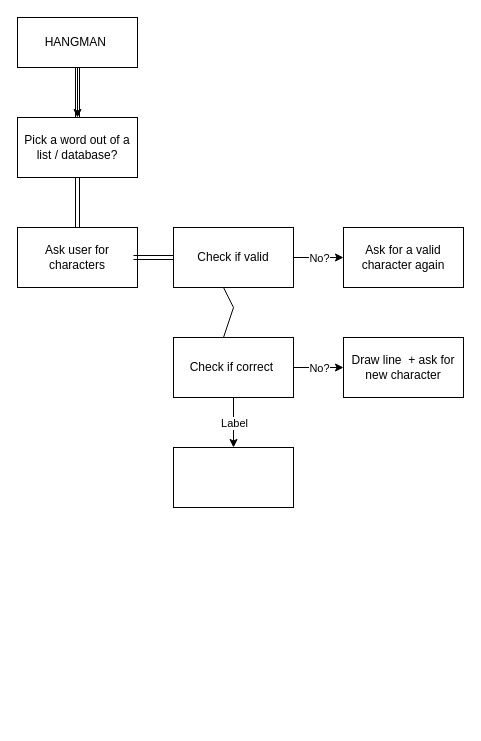
The draw.io diagram Untitled Diagram.drawio in AtoMTigerr/sql-portfolio, before the edit. Source tidied: cells renumbered, new cells numbered last; positions are measured from the earlier drawing's top-left corner, leaving out a move shared by most shapes. Both pictures are drawn from the tidied source at 100%, with x=0, y=0 at pixel (17, 17).
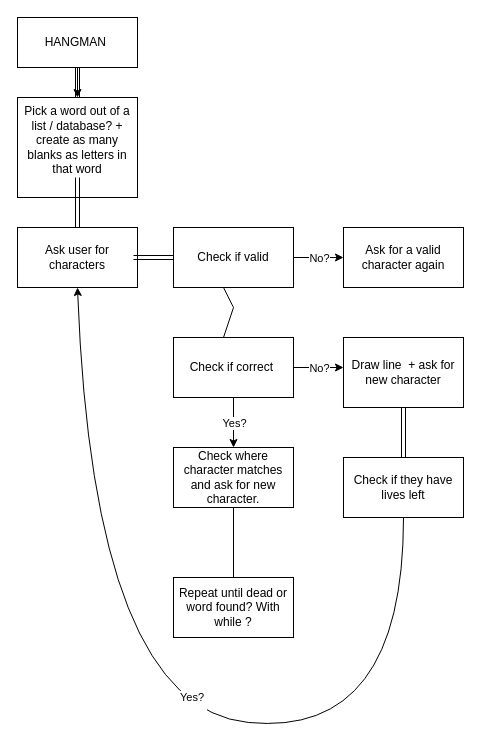
The same diagram, later.

The change refers to these unchanged cells:
```xml
<mxCell id="6" value="Ask user for characters" style="rounded=0;whiteSpace=wrap;html=1;" parent="1" vertex="1">
  <mxGeometry y="210" width="120" height="60" as="geometry" />
</mxCell>
<mxCell id="19" style="endArrow=classic;html=1;rounded=0;" parent="1" edge="1" source="14">
  <mxGeometry relative="1" as="geometry">
    <mxPoint x="216" y="430" as="targetPoint" />
  </mxGeometry>
</mxCell>
```

The edit, as a diff of the source:
```diff
@@
-    <mxCell id="4" value="Pick a word out of a list / database?" style="rounded=0;whiteSpace=wrap;html=1;" parent="1" vertex="1">
-      <mxGeometry y="100" width="120" height="60" as="geometry" />
+    <mxCell id="4" value="Pick a word out of a list / database? + create as many blanks as letters in that word&lt;div&gt;&lt;br&gt;&lt;/div&gt;" style="rounded=0;whiteSpace=wrap;html=1;" parent="1" vertex="1">
+      <mxGeometry y="80" width="120" height="100" as="geometry" />
     </mxCell>
@@
     <mxCell id="15" value="Draw line &amp;nbsp;+ ask for new character" style="rounded=0;whiteSpace=wrap;html=1;" parent="1" vertex="1">
-      <mxGeometry x="326" y="320" width="120" height="60" as="geometry" />
+      <mxGeometry x="326" y="320" width="120" height="70" as="geometry" />
     </mxCell>
@@
-    <mxCell id="18" style="rounded=0;whiteSpace=wrap;html=1;" parent="1" vertex="1">
+    <mxCell id="18" value="Check where character matches and ask for new character." style="rounded=0;whiteSpace=wrap;html=1;" parent="1" vertex="1">
       <mxGeometry x="156" y="430" width="120" height="60" as="geometry" />
     </mxCell>
@@
-    <mxCell id="20" value="Label" style="edgeLabel;html=1;align=center;verticalAlign=middle;" parent="19" vertex="1">
+    <mxCell id="20" value="Yes?" style="edgeLabel;html=1;align=center;verticalAlign=middle;" parent="19" vertex="1">
       <mxGeometry relative="1" as="geometry" />
     </mxCell>
+    <mxCell id="21" style="endArrow=none;html=1;rounded=0;" parent="1" edge="1" source="18">
+      <mxGeometry relative="1" as="geometry">
+        <mxPoint x="216" y="560.7" as="targetPoint" />
+      </mxGeometry>
+    </mxCell>
+    <mxCell id="22" value="Repeat until dead or word found? With while ?" style="rounded=0;whiteSpace=wrap;html=1;" parent="1" vertex="1">
+      <mxGeometry x="156" y="560" width="120" height="60" as="geometry" />
+    </mxCell>
+    <mxCell id="23" value="Check if they have lives left" style="rounded=0;whiteSpace=wrap;html=1;" parent="1" vertex="1">
+      <mxGeometry x="326" y="440" width="120" height="60" as="geometry" />
+    </mxCell>
+    <mxCell id="24" style="shape=link;html=1;rounded=0;" parent="1" edge="1" source="23">
+      <mxGeometry relative="1" as="geometry">
+        <mxPoint x="386" y="390" as="targetPoint" />
+      </mxGeometry>
+    </mxCell>
+    <mxCell id="25" style="curved=1;endArrow=classic;html=1;rounded=0;entryX=0.5;entryY=1;entryDx=0;entryDy=0;" parent="1" edge="1" source="23" target="6">
+      <mxGeometry relative="1" as="geometry">
+        <Array as="points">
+          <mxPoint x="386" y="720" />
+          <mxPoint x="76" y="690" />
+        </Array>
+      </mxGeometry>
+    </mxCell>
+    <mxCell id="26" value="Yes?&amp;nbsp;&lt;div&gt;&lt;br&gt;&lt;/div&gt;" style="edgeLabel;html=1;align=center;verticalAlign=middle;" parent="25" vertex="1">
+      <mxGeometry x="-0.09" y="-13" relative="1" as="geometry" />
+    </mxCell>
```
